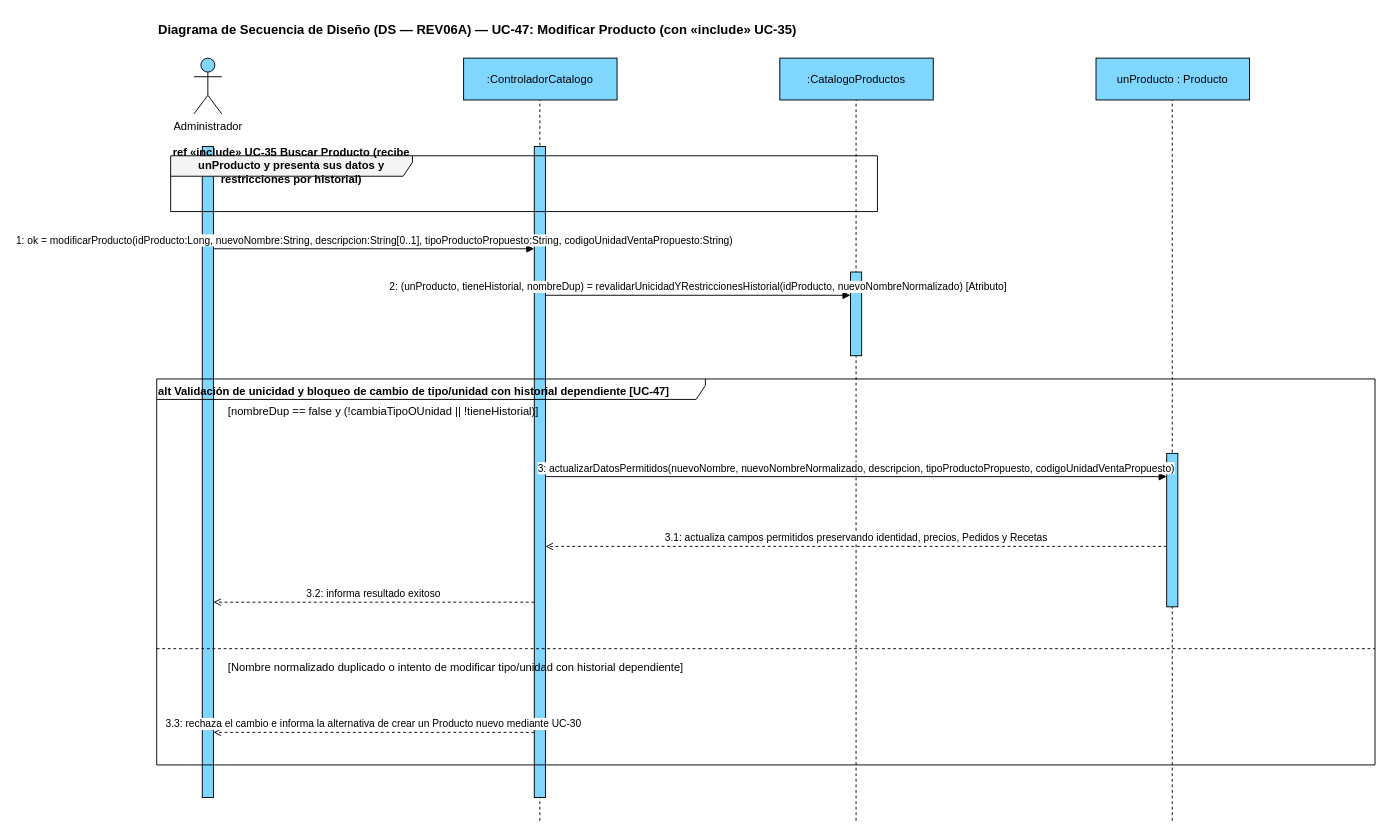
The draw.io diagram page "DS UC-47 Modificar Producto (REV06A)" (3 of 9) of docs/08-diagramas/revision/REV06A_COMERCIAL_PROMOCIONES/propuestos/DS_REV06A_COMPLETO_CORREGIDO.drawio.xml in leandrito369/ale-milanesas, before the edit. Source tidied: cells renumbered, new cells numbered last; positions are measured from the earlier drawing's top-left corner, leaving out a move shared by most shapes. Both pictures are drawn from the tidied source at 93%, with x=0, y=0 at pixel (156, 16).
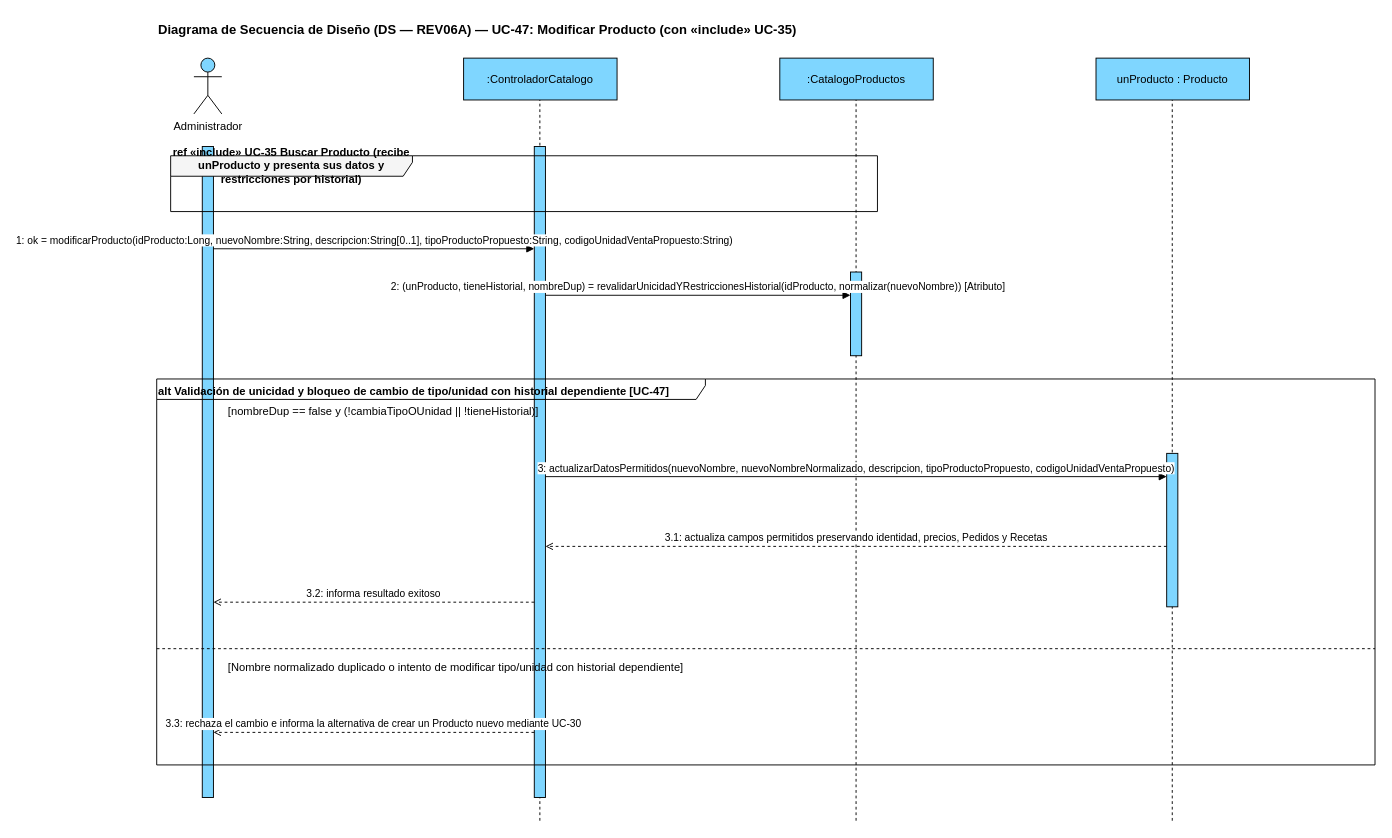
Above is the later version.

Commit message:
docs(REV-06A): ajustar normalización UC-47 y excepción de enlace UC-24

Change to the diagram source:
```diff
@@
-    <mxCell id="16" value="2: (unProducto, tieneHistorial, nombreDup) = revalidarUnicidadYRestriccionesHistorial(idProducto, nuevoNombreNormalizado) [Atributo]" style="html=1;verticalAlign=bottom;endArrow=block;endFill=1;strokeColor=#000000;" parent="1" edge="1">
+    <mxCell id="16" value="2: (unProducto, tieneHistorial, nombreDup) = revalidarUnicidadYRestriccionesHistorial(idProducto, normalizar(nuevoNombre)) [Atributo]" style="html=1;verticalAlign=bottom;endArrow=block;endFill=1;strokeColor=#000000;" parent="1" edge="1">
       <mxGeometry relative="1" as="geometry">
         <mxPoint x="418" y="300" as="sourcePoint" />
         <mxPoint x="746" y="300" as="targetPoint" />
       </mxGeometry>
     </mxCell>
```
